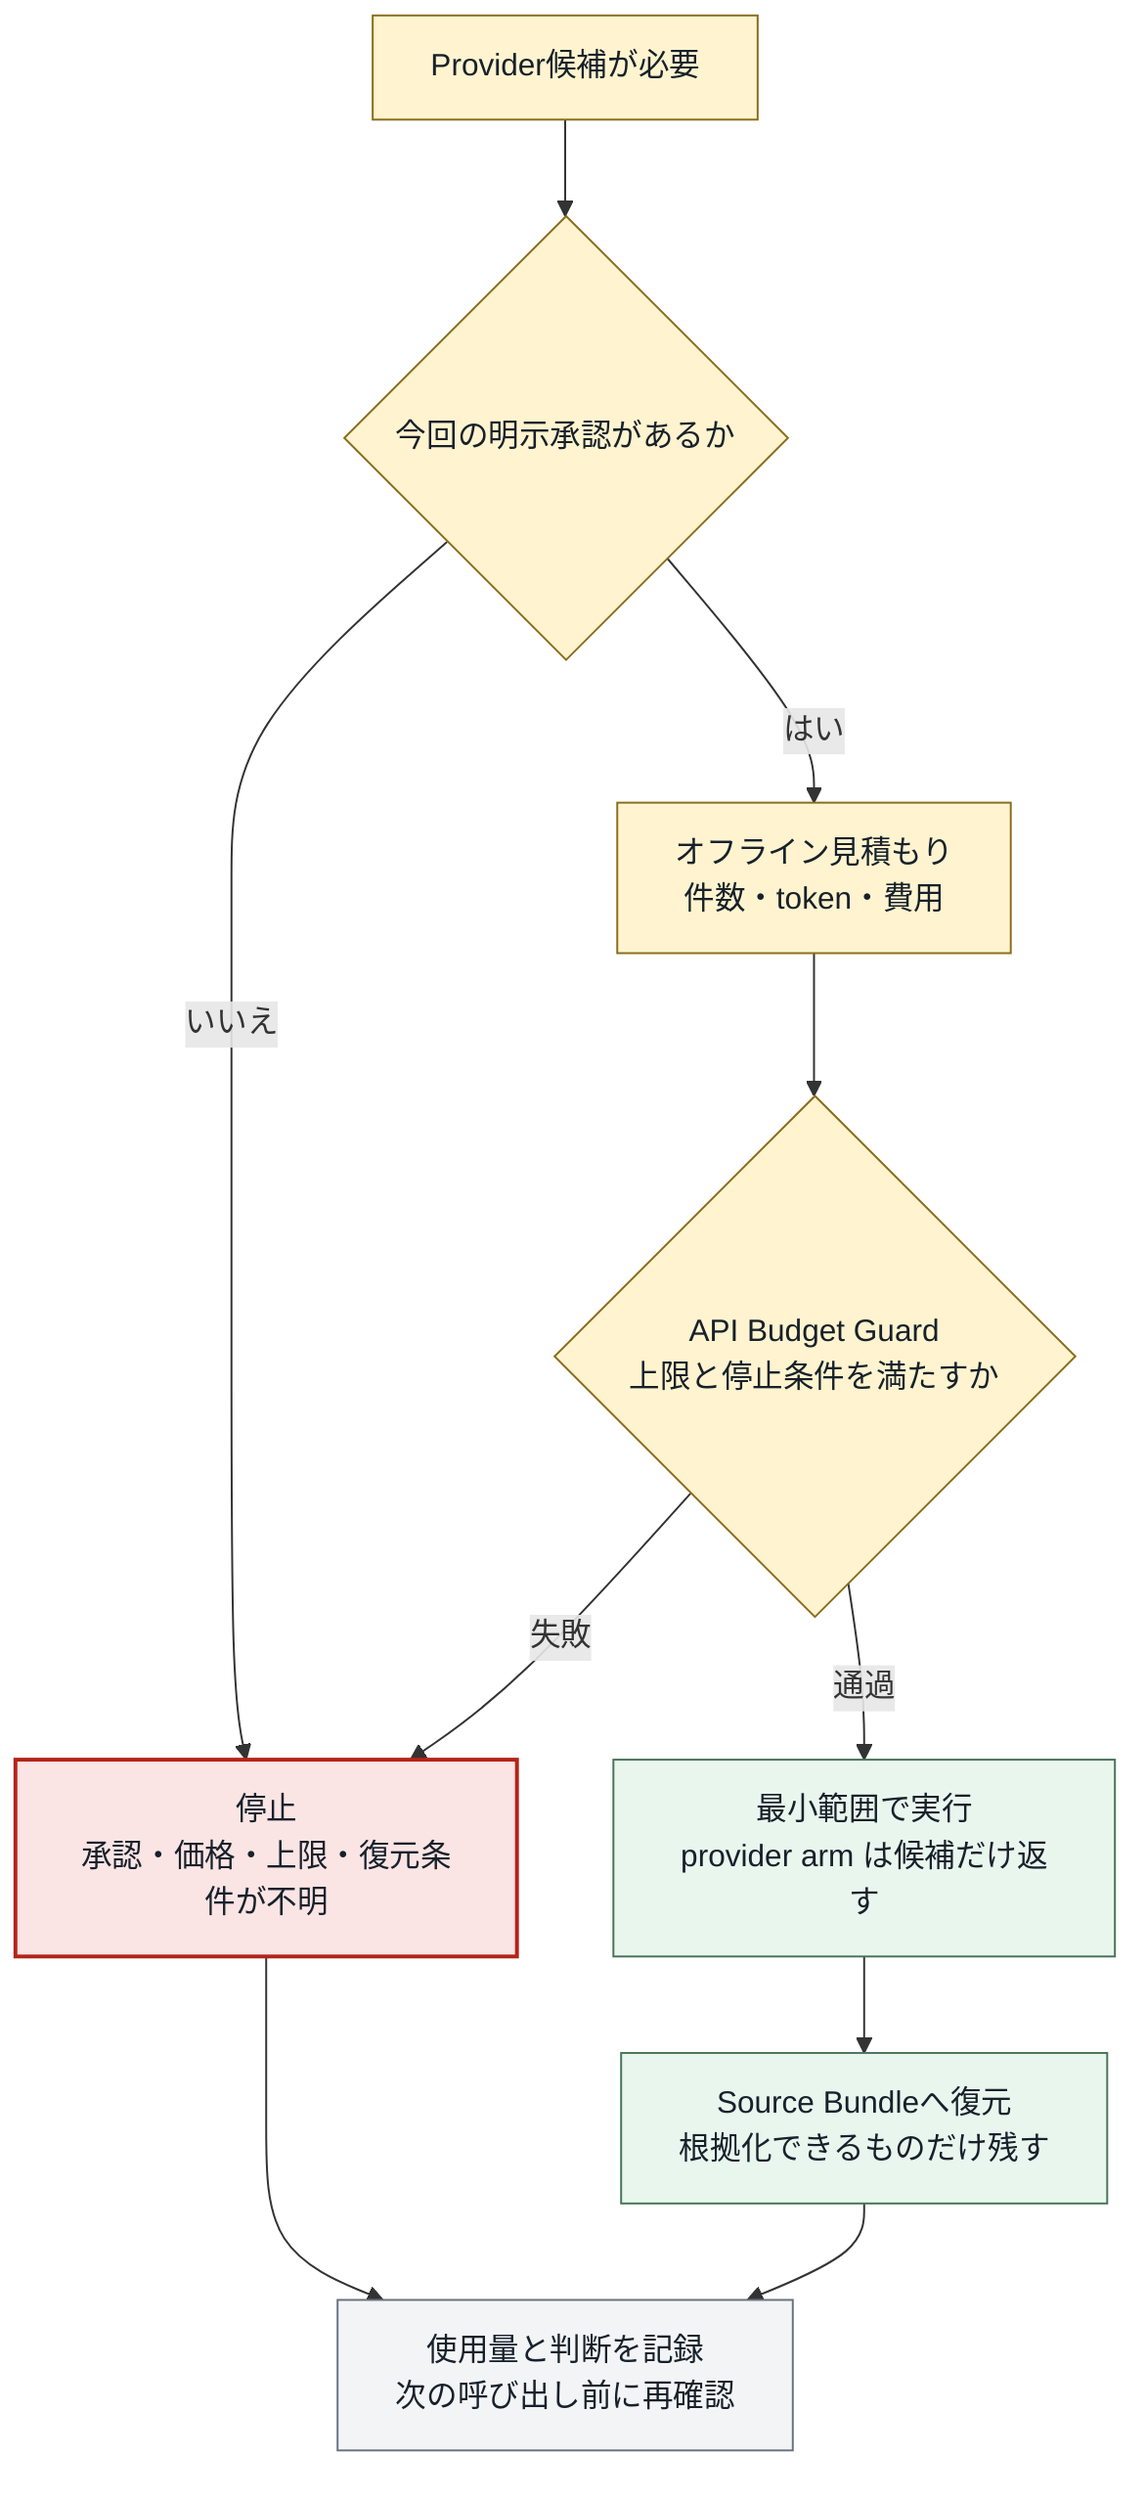
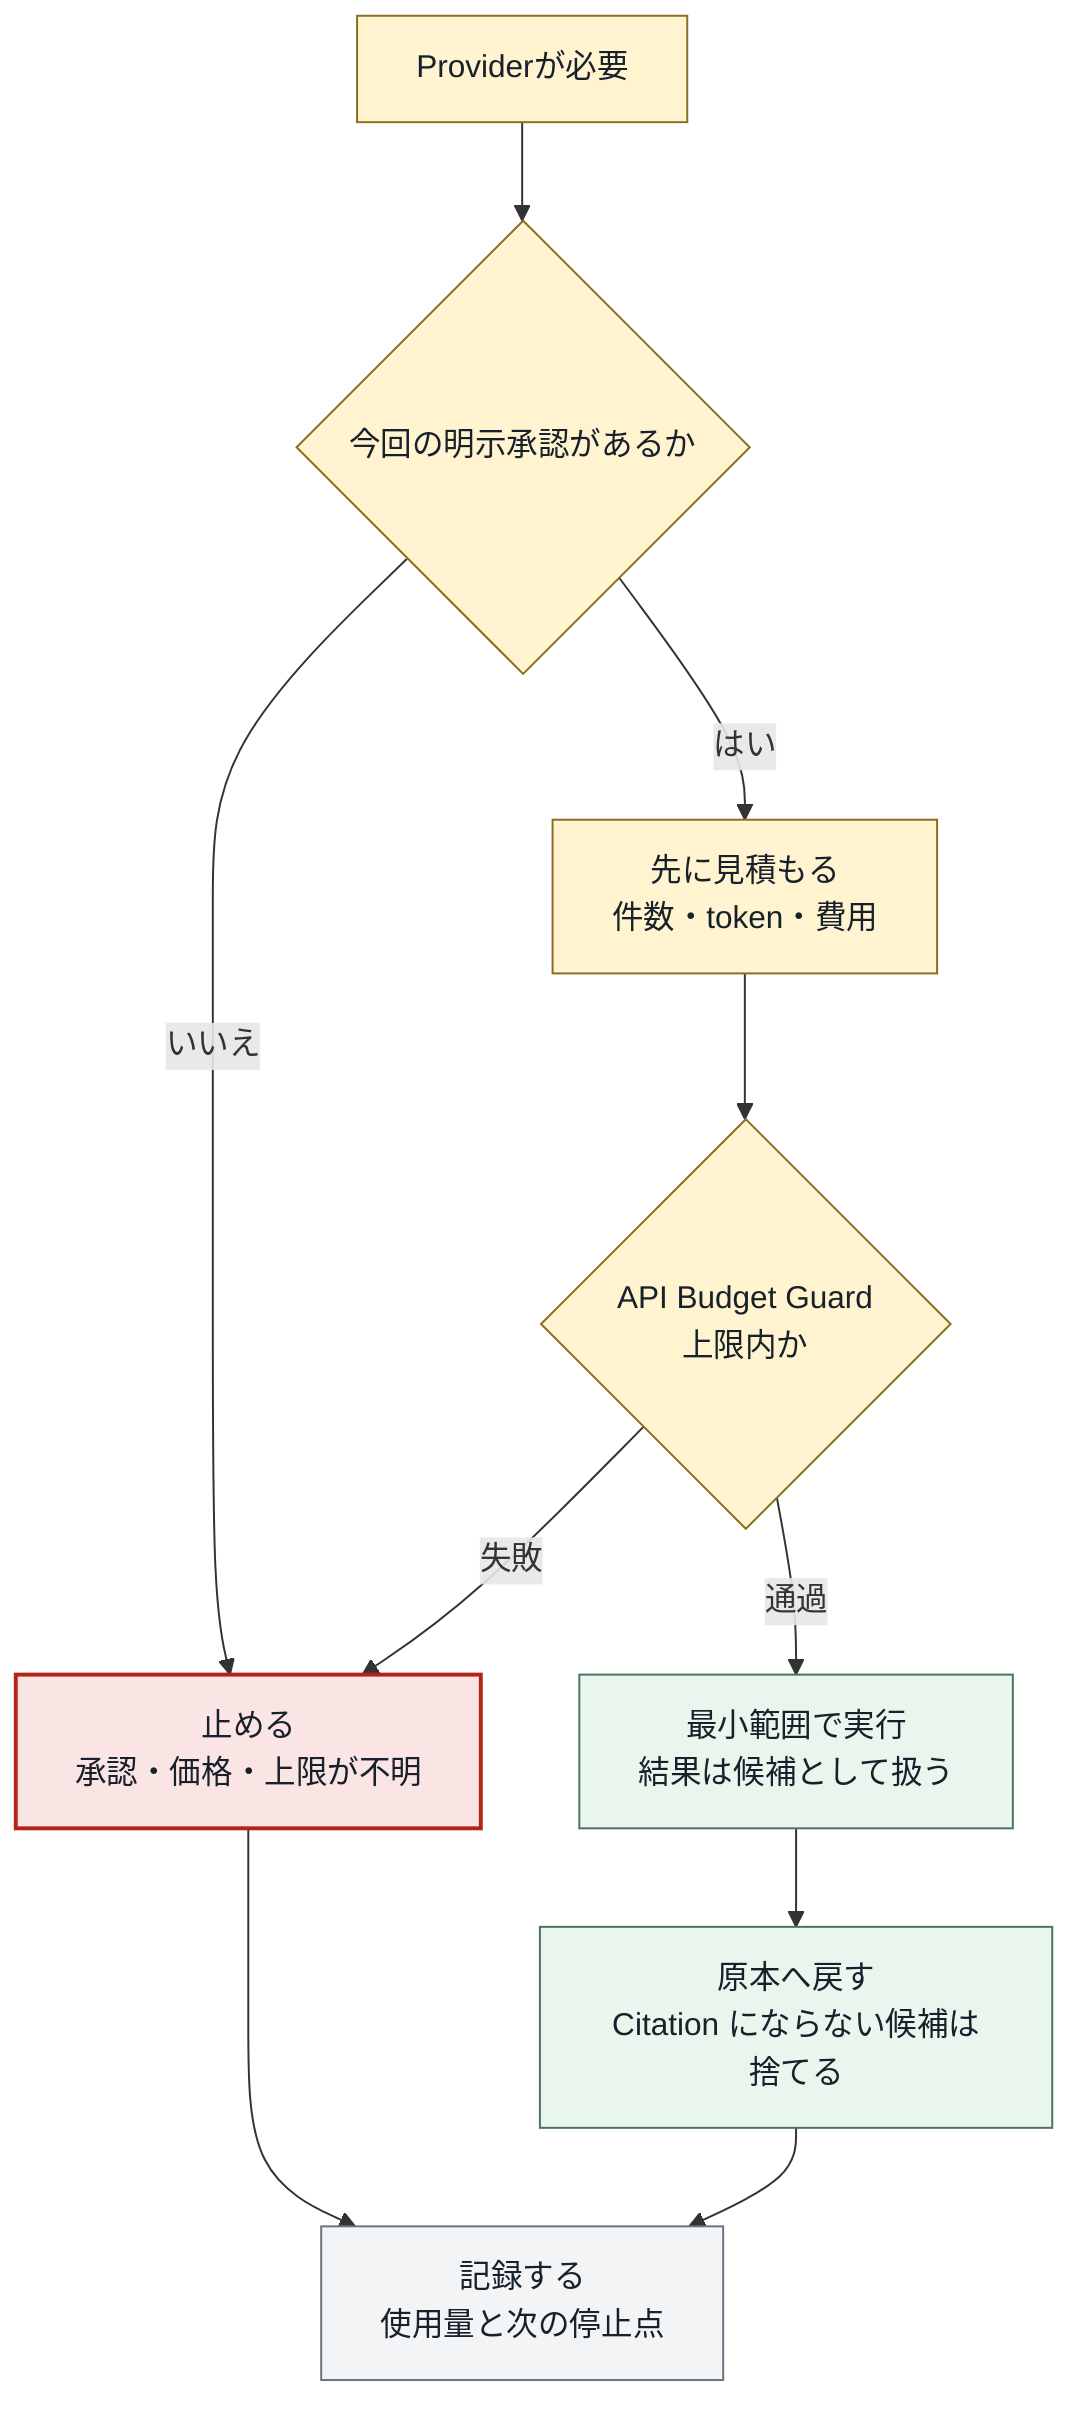
flowchart TB
-   %% 完成形の provider / quota gate 図: 承認済みProviderを安全に使う時の手順を見る
+   %% 完成形の provider / quota gate 図: 承認済みProviderを候補生成として安全に使う

  classDef ask fill:#fff4cf,stroke:#8a6d1d,color:#17212b
-   classDef pass fill:#e9f6ee,stroke:#49745a,color:#17212b
+   classDef ok fill:#e9f6ee,stroke:#49745a,color:#17212b
  classDef stop fill:#fbe4e4,stroke:#b42318,color:#17212b,stroke-width:2px
-   classDef audit fill:#f3f4f6,stroke:#6b7280,color:#17212b
+   classDef record fill:#f3f4f6,stroke:#6b7280,color:#17212b

-   need["Provider候補が必要"]:::ask
+   need["Providerが必要"]:::ask
  approval{"今回の明示承認があるか"}:::ask
-   estimate["オフライン見積もり<br/>件数・token・費用"]:::ask
-   preflight{"API Budget Guard<br/>上限と停止条件を満たすか"}:::ask
-   run["最小範囲で実行<br/>provider arm は候補だけ返す"]:::pass
-   restore["Source Bundleへ復元<br/>根拠化できるものだけ残す"]:::pass
-   ledger["使用量と判断を記録<br/>次の呼び出し前に再確認"]:::audit
-   blocked["停止<br/>承認・価格・上限・復元条件が不明"]:::stop
+   estimate["先に見積もる<br/>件数・token・費用"]:::ask
+   guard{"API Budget Guard<br/>上限内か"}:::ask
+   run["最小範囲で実行<br/>結果は候補として扱う"]:::ok
+   restore["原本へ戻す<br/>Citation にならない候補は捨てる"]:::ok
+   stop["止める<br/>承認・価格・上限が不明"]:::stop
+   ledger["記録する<br/>使用量と次の停止点"]:::record

  need --> approval
-   approval -->|"いいえ"| blocked
-   approval -->|"はい"| estimate --> preflight
-   preflight -->|"失敗"| blocked
-   preflight -->|"通過"| run --> restore --> ledger
-   blocked --> ledger
+   approval -->|"いいえ"| stop --> ledger
+   approval -->|"はい"| estimate --> guard
+   guard -->|"失敗"| stop
+   guard -->|"通過"| run --> restore --> ledger
